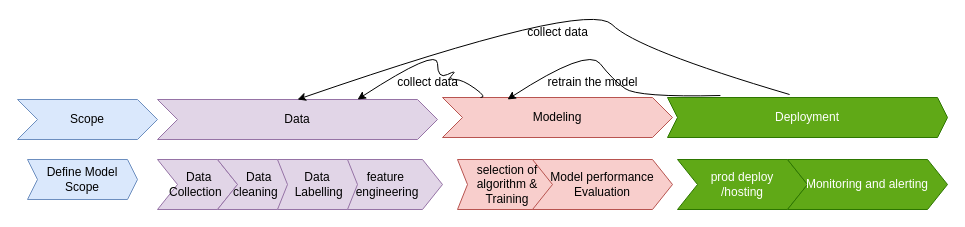
Above: Untitled Diagram.drawio in zacrenju/DS_Project (draw.io), before the change. Source tidied: cells renumbered, new cells numbered last; positions are measured from the earlier drawing's top-left corner, leaving out a move shared by most shapes. Both pictures are drawn from the tidied source at 100%, with x=0, y=0 at pixel (17, -1).
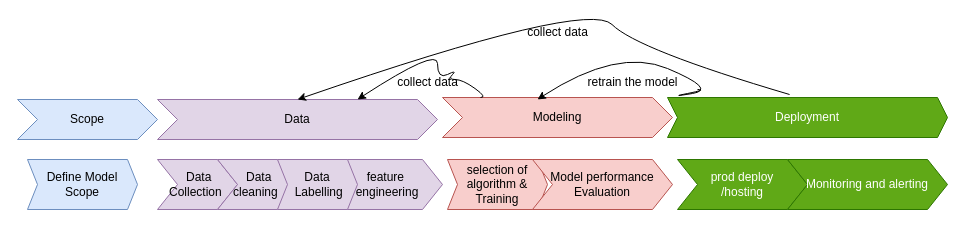
The same page after the edit.

Unchanged cells that the change refers to:
```xml
<mxCell id="5" value="Deployment" style="shape=step;perimeter=stepPerimeter;whiteSpace=wrap;html=1;fixedSize=1;size=10;fillColor=#60a917;fontColor=#ffffff;strokeColor=#2D7600;" parent="1" vertex="1">
  <mxGeometry x="650" y="98" width="280" height="40" as="geometry" />
</mxCell>
```

Diff of the diagram source:
```diff
@@
     <mxCell id="6" value="Define Model Scope" style="shape=step;perimeter=stepPerimeter;whiteSpace=wrap;html=1;fixedSize=1;size=10;fillColor=#dae8fc;strokeColor=#6c8ebf;" parent="1" vertex="1">
-      <mxGeometry x="10" y="160" width="110" height="40" as="geometry" />
+      <mxGeometry x="10" y="160" width="110" height="50" as="geometry" />
     </mxCell>
@@
     <mxCell id="9" value="selection of algorithm &amp;amp; Training" style="shape=step;perimeter=stepPerimeter;whiteSpace=wrap;html=1;fixedSize=1;fillColor=#f8cecc;strokeColor=#b85450;size=10;" parent="1" vertex="1">
-      <mxGeometry x="440" y="160" width="100" height="50" as="geometry" />
+      <mxGeometry x="430" y="160" width="100" height="50" as="geometry" />
     </mxCell>
@@
-    <mxCell id="13" style="curved=1;endArrow=classic;html=1;rounded=0;exitX=0.189;exitY=-0.05;exitDx=0;exitDy=0;exitPerimeter=0;" parent="1" edge="1" source="5">
+    <mxCell id="13" style="curved=1;endArrow=classic;html=1;rounded=0;" parent="1" edge="1">
       <mxGeometry relative="1" as="geometry">
-        <mxPoint x="490" y="100" as="targetPoint" />
+        <mxPoint x="680" y="90" as="sourcePoint" />
+        <mxPoint x="520" y="100" as="targetPoint" />
         <Array as="points">
-          <mxPoint x="620" y="98" />
-          <mxPoint x="595" y="80" />
-          <mxPoint x="570" y="48" />
+          <mxPoint x="690" y="90" />
+          <mxPoint x="650" y="98" />
+          <mxPoint x="700" y="90" />
+          <mxPoint x="600" y="48" />
         </Array>
       </mxGeometry>
     </mxCell>
@@
     <mxCell id="16" value="retrain the model" style="text;html=1;align=center;verticalAlign=middle;strokeColor=none;fillColor=none;" parent="1" vertex="1">
-      <mxGeometry x="520" y="68" width="110" height="30" as="geometry" />
+      <mxGeometry x="560" y="68" width="110" height="30" as="geometry" />
     </mxCell>
```
